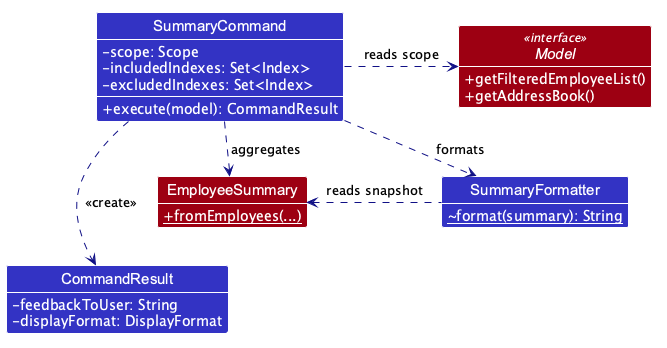
This is docs/images/SummaryClassDiagram.png from AY2627S1-CS2103T-T16-3/tp, a PlantUML export, as it was before one commit. Its diagram source:
```plantuml
@startuml
!include style.puml
!pragma layout smetana

show members
hide empty members
skinparam classAttributeIconSize 0
skinparam classAttributeFontColor #FFFFFF
skinparam ArrowFontStyle plain
skinparam arrowColor LOGIC_COLOR_T4
skinparam nodesep 35
skinparam ranksep 35

class SummaryCommand LOGIC_COLOR {
    -scope: Scope
    -includedIndexes: Set<Index>
    -excludedIndexes: Set<Index>
    +execute(model): CommandResult
}

interface Model <<interface>> MODEL_COLOR {
    +getFilteredEmployeeList()
    +getAddressBook()
}

class EmployeeSummary MODEL_COLOR {
    {static} +fromEmployees(...)
}

class SummaryFormatter LOGIC_COLOR {
    {static} ~format(summary): String
}

class CommandResult LOGIC_COLOR {
    -feedbackToUser: String
    -displayFormat: DisplayFormat
}

SummaryCommand .right.> Model : reads scope
SummaryCommand .down.> SummaryFormatter : formats
SummaryCommand .down.> EmployeeSummary : aggregates
SummaryFormatter .left.> EmployeeSummary : reads snapshot
SummaryCommand .down.> CommandResult : <<create>>
EmployeeSummary -[hidden]down-> CommandResult
Model -[hidden]down-> SummaryFormatter
@enduml
```
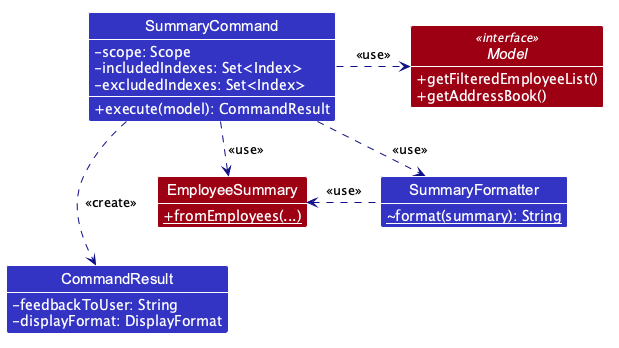
After the change.

Commit message:
Use UML keywords for summary dependencies

Diff of the diagram source:
```diff
@@ -36,10 +36,10 @@
     -displayFormat: DisplayFormat
 }
 
-SummaryCommand .right.> Model : reads scope
-SummaryCommand .down.> SummaryFormatter : formats
-SummaryCommand .down.> EmployeeSummary : aggregates
-SummaryFormatter .left.> EmployeeSummary : reads snapshot
+SummaryCommand .right.> Model : <<use>>
+SummaryCommand .down.> SummaryFormatter : <<use>>
+SummaryCommand .down.> EmployeeSummary : <<use>>
+SummaryFormatter .left.> EmployeeSummary : <<use>>
 SummaryCommand .down.> CommandResult : <<create>>
 EmployeeSummary -[hidden]down-> CommandResult
 Model -[hidden]down-> SummaryFormatter
```
